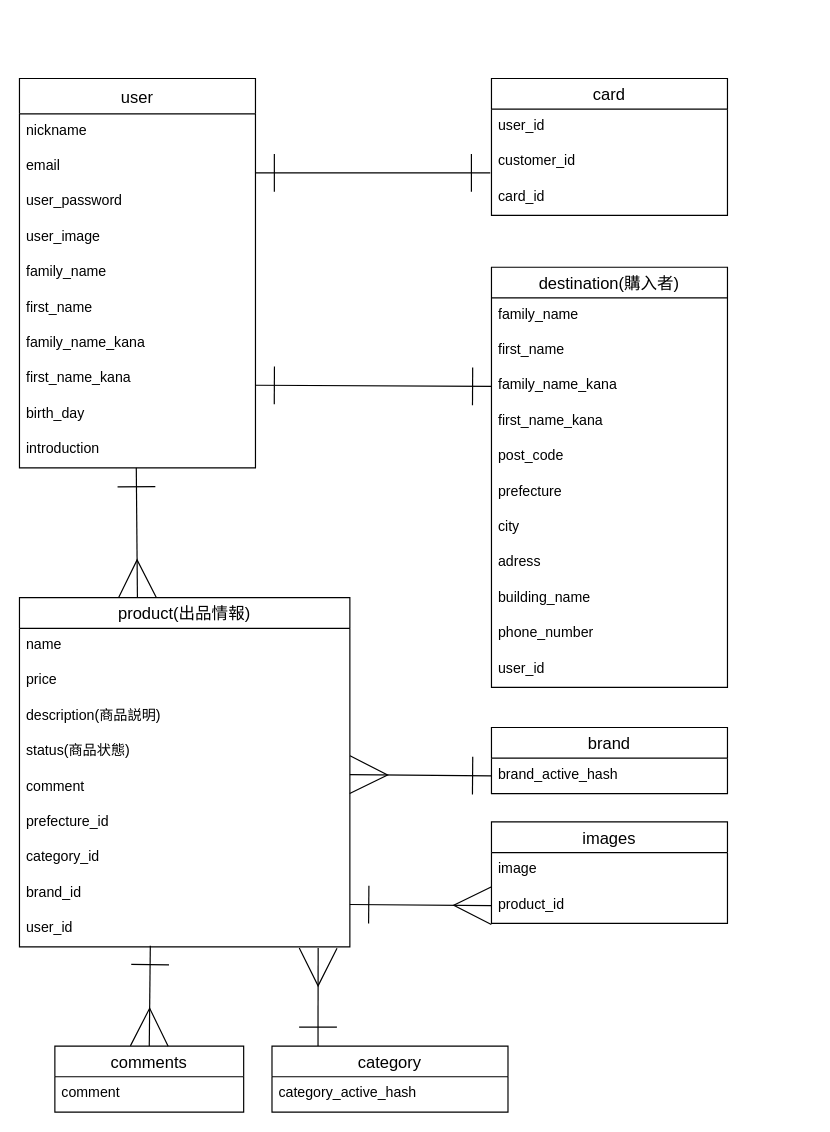
This is furima.dio from rinoa349/furima-38927, a draw.io file, before an edit. Source tidied: cells renumbered, new cells numbered last; positions are measured from the earlier drawing's top-left corner, leaving out a move shared by most shapes. Both pictures are drawn from the tidied source at 118%, with x=0, y=0 at pixel (19, 78).
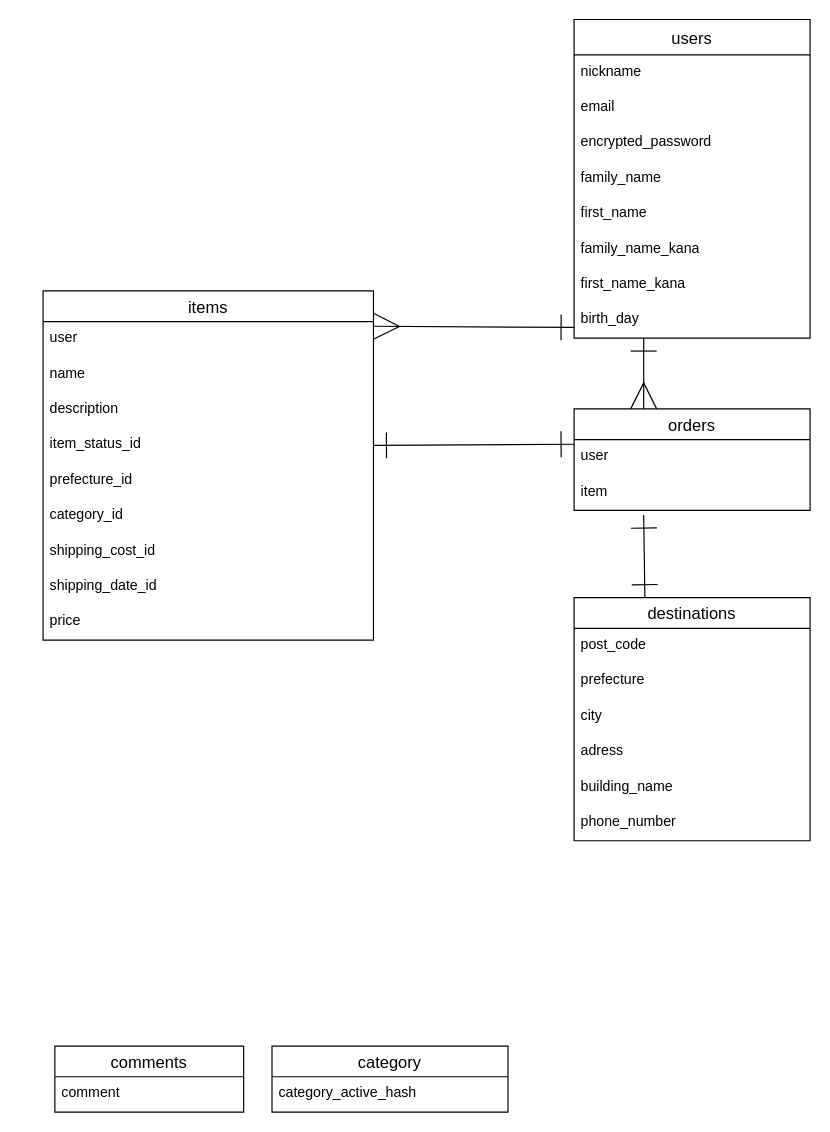
The same page after the edit.

Unchanged cells that the change refers to:
```xml
<mxCell id="45" value="category" style="swimlane;fontStyle=0;horizontal=1;startSize=26;align=center;fontSize=14;" parent="1" vertex="1">
  <mxGeometry x="214" y="820" width="200" height="56" as="geometry" />
</mxCell>
<mxCell id="53" value="comments" style="swimlane;fontStyle=0;horizontal=1;startSize=26;align=center;fontSize=14;" parent="1" vertex="1">
  <mxGeometry x="30" y="820" width="160" height="56" as="geometry" />
</mxCell>
```

Change to the diagram source:
```diff
@@
-<mxGraphModel background="#ffffff">
+<mxGraphModel>
@@
-    <mxCell id="2" value="user" style="swimlane;fontStyle=0;horizontal=1;startSize=30;align=center;fontSize=14;direction=east;" parent="1" vertex="1">
-      <mxGeometry width="200" height="330" as="geometry" />
+    <mxCell id="2" value="users" style="swimlane;fontStyle=0;horizontal=1;startSize=30;align=center;fontSize=14;direction=east;" parent="1" vertex="1">
+      <mxGeometry x="470" y="-50" width="200" height="270" as="geometry" />
     </mxCell>
@@
-    <mxCell id="5" value="user_password" style="text;strokeColor=none;fillColor=none;spacingLeft=4;spacingRight=4;overflow=hidden;fontSize=12;" parent="2" vertex="1">
+    <mxCell id="5" value="encrypted_password" style="text;strokeColor=none;fillColor=none;spacingLeft=4;spacingRight=4;overflow=hidden;fontSize=12;" parent="2" vertex="1">
       <mxGeometry y="90" width="200" height="30" as="geometry" />
     </mxCell>
-    <mxCell id="6" value="user_image" style="text;strokeColor=none;fillColor=none;spacingLeft=4;spacingRight=4;overflow=hidden;fontSize=12;" parent="2" vertex="1">
-      <mxGeometry y="120" width="200" height="30" as="geometry" />
-    </mxCell>
     <mxCell id="7" value="family_name" style="text;strokeColor=none;fillColor=none;spacingLeft=4;spacingRight=4;overflow=hidden;fontSize=12;" parent="2" vertex="1">
-      <mxGeometry y="150" width="200" height="30" as="geometry" />
+      <mxGeometry y="120" width="200" height="30" as="geometry" />
     </mxCell>
     <mxCell id="8" value="first_name" style="text;strokeColor=none;fillColor=none;spacingLeft=4;spacingRight=4;overflow=hidden;fontSize=12;" parent="2" vertex="1">
-      <mxGeometry y="180" width="200" height="30" as="geometry" />
+      <mxGeometry y="150" width="200" height="30" as="geometry" />
     </mxCell>
     <mxCell id="9" value="family_name_kana" style="text;strokeColor=none;fillColor=none;spacingLeft=4;spacingRight=4;overflow=hidden;fontSize=12;" parent="2" vertex="1">
-      <mxGeometry y="210" width="200" height="30" as="geometry" />
+      <mxGeometry y="180" width="200" height="30" as="geometry" />
     </mxCell>
     <mxCell id="10" value="first_name_kana" style="text;strokeColor=none;fillColor=none;spacingLeft=4;spacingRight=4;overflow=hidden;fontSize=12;" parent="2" vertex="1">
-      <mxGeometry y="240" width="200" height="30" as="geometry" />
+      <mxGeometry y="210" width="200" height="30" as="geometry" />
     </mxCell>
     <mxCell id="11" value="birth_day" style="text;strokeColor=none;fillColor=none;spacingLeft=4;spacingRight=4;overflow=hidden;fontSize=12;" parent="2" vertex="1">
-      <mxGeometry y="270" width="200" height="30" as="geometry" />
+      <mxGeometry y="240" width="200" height="30" as="geometry" />
     </mxCell>
-    <mxCell id="12" value="introduction" style="text;strokeColor=none;fillColor=none;spacingLeft=4;spacingRight=4;overflow=hidden;points=[[0,0.5],[1,0.5]];portConstraint=eastwest;fontSize=12;" parent="2" vertex="1">
-      <mxGeometry y="300" width="200" height="30" as="geometry" />
-    </mxCell>
-    <mxCell id="13" value="card" style="swimlane;fontStyle=0;horizontal=1;startSize=26;align=center;fontSize=14;" parent="1" vertex="1">
-      <mxGeometry x="400" width="200" height="116" as="geometry" />
-    </mxCell>
-    <mxCell id="14" value="user_id" style="text;strokeColor=none;fillColor=none;spacingLeft=4;spacingRight=4;overflow=hidden;fontSize=12;" parent="13" vertex="1">
-      <mxGeometry y="26" width="200" height="30" as="geometry" />
-    </mxCell>
-    <mxCell id="15" value="customer_id" style="text;strokeColor=none;fillColor=none;spacingLeft=4;spacingRight=4;overflow=hidden;points=[[0,0.5],[1,0.5]];portConstraint=eastwest;fontSize=12;" parent="13" vertex="1">
-      <mxGeometry y="56" width="200" height="30" as="geometry" />
-    </mxCell>
-    <mxCell id="16" value="card_id" style="text;strokeColor=none;fillColor=none;spacingLeft=4;spacingRight=4;overflow=hidden;fontSize=12;" parent="13" vertex="1">
-      <mxGeometry y="86" width="200" height="30" as="geometry" />
-    </mxCell>
-    <mxCell id="17" value="destination(購入者)" style="swimlane;fontStyle=0;horizontal=1;startSize=26;align=center;fontSize=14;" parent="1" vertex="1">
-      <mxGeometry x="400" y="160" width="200" height="356" as="geometry" />
+    <mxCell id="17" value="destinations" style="swimlane;fontStyle=0;horizontal=1;startSize=26;align=center;fontSize=14;" parent="1" vertex="1">
+      <mxGeometry x="470" y="440" width="200" height="206" as="geometry" />
     </mxCell>
-    <mxCell id="18" value="family_name" style="text;strokeColor=none;fillColor=none;spacingLeft=4;spacingRight=4;overflow=hidden;fontSize=12;" parent="17" vertex="1">
-      <mxGeometry y="26" width="200" height="30" as="geometry" />
-    </mxCell>
-    <mxCell id="19" value="first_name" style="text;strokeColor=none;fillColor=none;spacingLeft=4;spacingRight=4;overflow=hidden;fontSize=12;" parent="17" vertex="1">
-      <mxGeometry y="56" width="200" height="30" as="geometry" />
-    </mxCell>
-    <mxCell id="20" value="family_name_kana" style="text;strokeColor=none;fillColor=none;spacingLeft=4;spacingRight=4;overflow=hidden;points=[[0,0.5],[1,0.5]];portConstraint=eastwest;fontSize=12;" parent="17" vertex="1">
-      <mxGeometry y="86" width="200" height="30" as="geometry" />
-    </mxCell>
-    <mxCell id="21" value="first_name_kana" style="text;strokeColor=none;fillColor=none;spacingLeft=4;spacingRight=4;overflow=hidden;points=[[0,0.5],[1,0.5]];portConstraint=eastwest;fontSize=12;" parent="17" vertex="1">
-      <mxGeometry y="116" width="200" height="30" as="geometry" />
-    </mxCell>
     <mxCell id="22" value="post_code" style="text;strokeColor=none;fillColor=none;spacingLeft=4;spacingRight=4;overflow=hidden;fontSize=12;" parent="17" vertex="1">
-      <mxGeometry y="146" width="200" height="30" as="geometry" />
+      <mxGeometry y="26" width="200" height="30" as="geometry" />
     </mxCell>
     <mxCell id="23" value="prefecture" style="text;strokeColor=none;fillColor=none;spacingLeft=4;spacingRight=4;overflow=hidden;fontSize=12;" parent="17" vertex="1">
-      <mxGeometry y="176" width="200" height="30" as="geometry" />
+      <mxGeometry y="56" width="200" height="30" as="geometry" />
     </mxCell>
     <mxCell id="24" value="city" style="text;strokeColor=none;fillColor=none;spacingLeft=4;spacingRight=4;overflow=hidden;fontSize=12;" parent="17" vertex="1">
-      <mxGeometry y="206" width="200" height="30" as="geometry" />
+      <mxGeometry y="86" width="200" height="30" as="geometry" />
     </mxCell>
     <mxCell id="25" value="adress" style="text;strokeColor=none;fillColor=none;spacingLeft=4;spacingRight=4;overflow=hidden;fontSize=12;" parent="17" vertex="1">
-      <mxGeometry y="236" width="200" height="30" as="geometry" />
+      <mxGeometry y="116" width="200" height="30" as="geometry" />
     </mxCell>
     <mxCell id="26" value="building_name" style="text;strokeColor=none;fillColor=none;spacingLeft=4;spacingRight=4;overflow=hidden;fontSize=12;" parent="17" vertex="1">
-      <mxGeometry y="266" width="200" height="30" as="geometry" />
+      <mxGeometry y="146" width="200" height="30" as="geometry" />
     </mxCell>
     <mxCell id="27" value="phone_number" style="text;strokeColor=none;fillColor=none;spacingLeft=4;spacingRight=4;overflow=hidden;fontSize=12;" parent="17" vertex="1">
-      <mxGeometry y="296" width="200" height="30" as="geometry" />
+      <mxGeometry y="176" width="200" height="30" as="geometry" />
     </mxCell>
-    <mxCell id="28" value="user_id" style="text;strokeColor=none;fillColor=none;spacingLeft=4;spacingRight=4;overflow=hidden;fontSize=12;" parent="17" vertex="1">
-      <mxGeometry y="326" width="200" height="30" as="geometry" />
-    </mxCell>
-    <mxCell id="29" style="edgeStyle=none;html=1;exitX=0.357;exitY=0;exitDx=0;exitDy=0;entryX=0.495;entryY=1;entryDx=0;entryDy=0;entryPerimeter=0;endArrow=ERone;endFill=0;startArrow=ERmany;startFill=0;endSize=30;startSize=30;exitPerimeter=0;" parent="1" edge="1" source="30" target="12">
-      <mxGeometry relative="1" as="geometry" />
-    </mxCell>
-    <mxCell id="30" value="product(出品情報)" style="swimlane;fontStyle=0;horizontal=1;startSize=26;align=center;fontSize=14;" parent="1" vertex="1">
-      <mxGeometry y="440" width="280" height="296" as="geometry" />
+    <mxCell id="30" value="items" style="swimlane;fontStyle=0;horizontal=1;startSize=26;align=center;fontSize=14;" parent="1" vertex="1">
+      <mxGeometry x="20" y="180" width="280" height="296" as="geometry" />
     </mxCell>
+    <mxCell id="39" value="user" style="text;strokeColor=none;fillColor=none;spacingLeft=4;spacingRight=4;overflow=hidden;points=[[0,0.5],[1,0.5]];portConstraint=eastwest;fontSize=12;" parent="30" vertex="1">
+      <mxGeometry y="26" width="280" height="30" as="geometry" />
+    </mxCell>
     <mxCell id="31" value="name" style="text;strokeColor=none;fillColor=none;spacingLeft=4;spacingRight=4;overflow=hidden;fontSize=12;" parent="30" vertex="1">
-      <mxGeometry y="26" width="280" height="30" as="geometry" />
+      <mxGeometry y="56" width="280" height="30" as="geometry" />
     </mxCell>
-    <mxCell id="32" value="price" style="text;strokeColor=none;fillColor=none;spacingLeft=4;spacingRight=4;overflow=hidden;fontSize=12;" parent="30" vertex="1">
-      <mxGeometry y="56" width="280" height="30" as="geometry" />
-    </mxCell>
-    <mxCell id="33" value="description(商品説明)" style="text;strokeColor=none;fillColor=none;spacingLeft=4;spacingRight=4;overflow=hidden;fontSize=12;" parent="30" vertex="1">
+    <mxCell id="33" value="description" style="text;strokeColor=none;fillColor=none;spacingLeft=4;spacingRight=4;overflow=hidden;fontSize=12;" parent="30" vertex="1">
       <mxGeometry y="86" width="280" height="30" as="geometry" />
     </mxCell>
-    <mxCell id="34" value="status(商品状態)" style="text;strokeColor=none;fillColor=none;spacingLeft=4;spacingRight=4;overflow=hidden;points=[[0,0.5],[1,0.5]];portConstraint=eastwest;fontSize=12;" parent="30" vertex="1">
+    <mxCell id="34" value="item_status_id" style="text;strokeColor=none;fillColor=none;spacingLeft=4;spacingRight=4;overflow=hidden;points=[[0,0.5],[1,0.5]];portConstraint=eastwest;fontSize=12;" parent="30" vertex="1">
       <mxGeometry y="116" width="280" height="30" as="geometry" />
     </mxCell>
-    <mxCell id="35" value="comment" style="text;strokeColor=none;fillColor=none;spacingLeft=4;spacingRight=4;overflow=hidden;fontSize=12;" parent="30" vertex="1">
-      <mxGeometry y="146" width="280" height="30" as="geometry" />
-    </mxCell>
     <mxCell id="36" value="prefecture_id" style="text;strokeColor=none;fillColor=none;spacingLeft=4;spacingRight=4;overflow=hidden;fontSize=12;" parent="30" vertex="1">
-      <mxGeometry y="176" width="280" height="30" as="geometry" />
+      <mxGeometry y="146" width="280" height="30" as="geometry" />
     </mxCell>
     <mxCell id="37" value="category_id" style="text;strokeColor=none;fillColor=none;spacingLeft=4;spacingRight=4;overflow=hidden;fontSize=12;" parent="30" vertex="1">
-      <mxGeometry y="206" width="280" height="30" as="geometry" />
+      <mxGeometry y="176" width="280" height="30" as="geometry" />
     </mxCell>
+    <mxCell id="35" value="shipping_cost_id" style="text;strokeColor=none;fillColor=none;spacingLeft=4;spacingRight=4;overflow=hidden;fontSize=12;" parent="30" vertex="1">
+      <mxGeometry y="206" width="280" height="30" as="geometry" />
+    </mxCell>
-    <mxCell id="38" value="brand_id" style="text;strokeColor=none;fillColor=none;spacingLeft=4;spacingRight=4;overflow=hidden;fontSize=12;" parent="30" vertex="1">
+    <mxCell id="38" value="shipping_date_id" style="text;strokeColor=none;fillColor=none;spacingLeft=4;spacingRight=4;overflow=hidden;fontSize=12;" parent="30" vertex="1">
       <mxGeometry y="236" width="280" height="30" as="geometry" />
     </mxCell>
-    <mxCell id="39" value="user_id" style="text;strokeColor=none;fillColor=none;spacingLeft=4;spacingRight=4;overflow=hidden;points=[[0,0.5],[1,0.5]];portConstraint=eastwest;fontSize=12;" parent="30" vertex="1">
-      <mxGeometry y="266" width="280" height="30" as="geometry" />
-    </mxCell>
-    <mxCell id="40" value="brand" style="swimlane;fontStyle=0;horizontal=1;startSize=26;align=center;fontSize=14;" parent="1" vertex="1">
-      <mxGeometry x="400" y="550" width="200" height="56" as="geometry" />
-    </mxCell>
-    <mxCell id="41" value="brand_active_hash" style="text;strokeColor=none;fillColor=none;spacingLeft=4;spacingRight=4;overflow=hidden;points=[[0,0.5],[1,0.5]];portConstraint=eastwest;fontSize=12;" parent="40" vertex="1">
-      <mxGeometry y="26" width="200" height="30" as="geometry" />
-    </mxCell>
-    <mxCell id="42" value="images" style="swimlane;fontStyle=0;horizontal=1;startSize=26;align=center;fontSize=14;" parent="1" vertex="1">
-      <mxGeometry x="400" y="630" width="200" height="86" as="geometry" />
-    </mxCell>
-    <mxCell id="43" value="image" style="text;strokeColor=none;fillColor=none;spacingLeft=4;spacingRight=4;overflow=hidden;fontSize=12;" parent="42" vertex="1">
-      <mxGeometry y="26" width="200" height="30" as="geometry" />
-    </mxCell>
-    <mxCell id="44" value="product_id" style="text;strokeColor=none;fillColor=none;spacingLeft=4;spacingRight=4;overflow=hidden;points=[[0,0.5],[1,0.5]];portConstraint=eastwest;fontSize=12;" parent="42" vertex="1">
-      <mxGeometry y="56" width="200" height="30" as="geometry" />
-    </mxCell>
+    <mxCell id="32" value="price" style="text;strokeColor=none;fillColor=none;spacingLeft=4;spacingRight=4;overflow=hidden;fontSize=12;" parent="30" vertex="1">
+      <mxGeometry y="266" width="280" height="30" as="geometry" />
+    </mxCell>
@@
-    <mxCell id="47" style="edgeStyle=none;html=1;exitX=0;exitY=0.5;exitDx=0;exitDy=0;" parent="1" edge="1" source="21">
-      <mxGeometry relative="1" as="geometry">
-        <mxPoint x="400" y="291" as="targetPoint" />
-      </mxGeometry>
-    </mxCell>
-    <mxCell id="48" style="edgeStyle=none;html=1;exitX=0;exitY=0.5;exitDx=0;exitDy=0;endArrow=ERmany;endFill=0;startArrow=ERone;startFill=0;endSize=30;startSize=30;" parent="1" edge="1" source="41">
-      <mxGeometry relative="1" as="geometry">
-        <mxPoint x="280" y="590" as="targetPoint" />
-      </mxGeometry>
-    </mxCell>
-    <mxCell id="49" style="edgeStyle=none;html=1;exitX=0;exitY=0.5;exitDx=0;exitDy=0;startArrow=ERmany;startFill=0;endArrow=ERone;endFill=0;endSize=30;startSize=30;" parent="1" edge="1" source="44">
+    <mxCell id="49" style="edgeStyle=none;html=1;exitX=1;exitY=0.133;exitDx=0;exitDy=0;startArrow=ERmany;startFill=0;endArrow=ERone;endFill=0;endSize=20;startSize=20;exitPerimeter=0;" parent="1" edge="1" source="39">
       <mxGeometry relative="1" as="geometry">
-        <mxPoint x="280" y="700" as="targetPoint" />
+        <mxPoint x="470" y="211" as="targetPoint" />
       </mxGeometry>
     </mxCell>
-    <mxCell id="50" style="endArrow=ERone;html=1;rounded=0;startSize=30;endSize=30;entryX=-0.005;entryY=0.8;entryDx=0;entryDy=0;entryPerimeter=0;startArrow=ERone;startFill=0;endFill=0;" parent="1" edge="1" target="15">
-      <mxGeometry relative="1" as="geometry">
-        <mxPoint x="200" y="80" as="sourcePoint" />
-      </mxGeometry>
-    </mxCell>
-    <mxCell id="51" style="endArrow=ERone;html=1;rounded=0;startSize=30;endSize=30;entryX=0;entryY=0.5;entryDx=0;entryDy=0;startArrow=ERone;startFill=0;endFill=0;" parent="1" edge="1" target="20">
-      <mxGeometry relative="1" as="geometry">
-        <mxPoint x="200" y="260" as="sourcePoint" />
-      </mxGeometry>
-    </mxCell>
-    <mxCell id="52" style="endArrow=ERone;html=1;rounded=0;startSize=30;endSize=30;entryX=0.195;entryY=0;entryDx=0;entryDy=0;entryPerimeter=0;endFill=0;startArrow=ERmany;startFill=0;exitX=0.904;exitY=1.033;exitDx=0;exitDy=0;exitPerimeter=0;" parent="1" edge="1" source="39" target="45">
-      <mxGeometry relative="1" as="geometry" />
-    </mxCell>
@@
-    <mxCell id="55" style="endArrow=ERmany;html=1;rounded=0;startSize=30;endSize=30;entryX=0.5;entryY=0;entryDx=0;entryDy=0;exitX=0.396;exitY=0.967;exitDx=0;exitDy=0;exitPerimeter=0;startArrow=ERone;startFill=0;endFill=0;" parent="1" edge="1" source="39" target="53">
-      <mxGeometry relative="1" as="geometry" />
-    </mxCell>
+    <mxCell id="56" value="orders" style="swimlane;fontStyle=0;horizontal=1;startSize=26;align=center;fontSize=14;" parent="1" vertex="1">
+      <mxGeometry x="470" y="280" width="200" height="86" as="geometry" />
+    </mxCell>
+    <mxCell id="57" value="user" style="text;strokeColor=none;fillColor=none;spacingLeft=4;spacingRight=4;overflow=hidden;fontSize=12;" parent="56" vertex="1">
+      <mxGeometry y="26" width="200" height="30" as="geometry" />
+    </mxCell>
+    <mxCell id="58" value="item" style="text;strokeColor=none;fillColor=none;spacingLeft=4;spacingRight=4;overflow=hidden;points=[[0,0.5],[1,0.5]];portConstraint=eastwest;fontSize=12;" parent="56" vertex="1">
+      <mxGeometry y="56" width="200" height="30" as="geometry" />
+    </mxCell>
+    <mxCell id="59" style="endArrow=ERone;html=1;rounded=0;startArrow=ERmany;startFill=0;endFill=0;endSize=20;startSize=20;" parent="1" edge="1">
+      <mxGeometry relative="1" as="geometry">
+        <mxPoint x="529" y="280" as="sourcePoint" />
+        <mxPoint x="529" y="220" as="targetPoint" />
+      </mxGeometry>
+    </mxCell>
+    <mxCell id="60" style="endArrow=ERone;html=1;rounded=0;startArrow=ERone;startFill=0;endFill=0;endSize=20;startSize=20;exitX=0.295;exitY=1.133;exitDx=0;exitDy=0;exitPerimeter=0;" parent="1" edge="1" source="58">
+      <mxGeometry relative="1" as="geometry">
+        <mxPoint x="530" y="440" as="targetPoint" />
+      </mxGeometry>
+    </mxCell>
+    <mxCell id="61" style="endArrow=ERone;html=1;rounded=0;exitX=1;exitY=0.5;exitDx=0;exitDy=0;startArrow=ERone;startFill=0;endFill=0;endSize=20;startSize=20;" parent="1" edge="1" source="34">
+      <mxGeometry relative="1" as="geometry">
+        <mxPoint x="470" y="310" as="targetPoint" />
+      </mxGeometry>
+    </mxCell>
```
